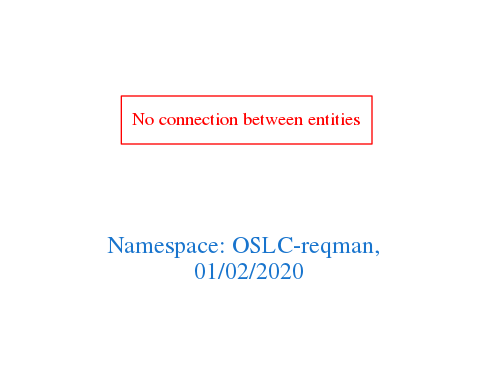
Earlier version of the Graphviz export downloads/OSLC-reqman.png (arago/OGIT). Its source is kept beside it as downloads/OSLC-reqman.dot.
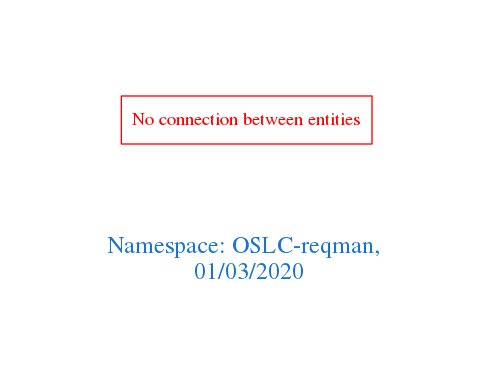
After the commit.

Change to the diagram source:
```diff
@@ -1,7 +1,7 @@
 digraph OGIT_ontology {
  graph [ rankdir= LR,pad=1
 fontsize = 18,
-fontcolor= dodgerblue3,label = "\n\n\nNamespace: OSLC-reqman, \n 01/02/2020"];
+fontcolor= dodgerblue3,label = "\n\n\nNamespace: OSLC-reqman, \n 01/03/2020"];
 node[shape=polygon];
 edge [  color="gray81"];
 
```
